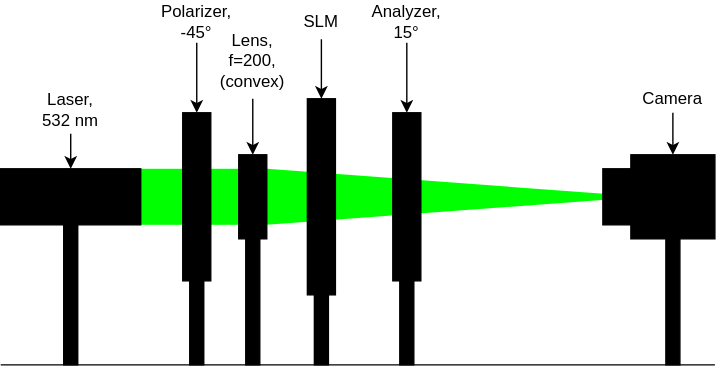
The draw.io diagram documentation/images/setup_2.svg in nbaehler/mask-designer, before a commit. Source tidied: cells renumbered, new cells last; positions are measured from the earlier drawing's top-left corner, leaving out a move shared by most shapes.
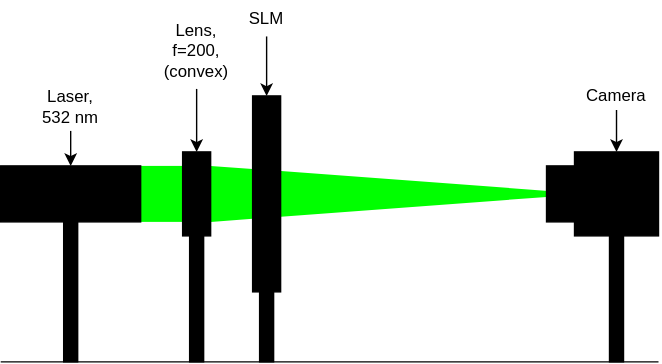
Above is the later version.

The edit, as a diff of the source:
```diff
@@ -2,11 +2,8 @@
   <root>
     <mxCell id="0" />
     <mxCell id="1" parent="0" />
-    <mxCell id="2" style="rounded=0;whiteSpace=wrap;html=1;strokeColor=none;fillColor=#00FF00;" parent="1" vertex="1">
-      <mxGeometry x="150" y="120" width="20" height="40" as="geometry" />
-    </mxCell>
     <mxCell id="3" style="triangle;whiteSpace=wrap;html=1;fillColor=#00FF00;strokeColor=none;" parent="1" vertex="1">
-      <mxGeometry x="190" y="120" width="270" height="40" as="geometry" />
+      <mxGeometry x="150" y="120" width="270" height="40" as="geometry" />
     </mxCell>
     <mxCell id="4" style="rounded=0;whiteSpace=wrap;html=1;strokeColor=none;fillColor=#00FF00;" parent="1" vertex="1">
       <mxGeometry x="100" y="120" width="30" height="40" as="geometry" />
@@ -14,74 +11,50 @@
     <mxCell id="5" style="endArrow=none;html=1;rounded=0;" parent="1" edge="1">
       <mxGeometry relative="1" as="geometry">
         <mxPoint y="260" as="sourcePoint" />
-        <mxPoint x="510" y="260" as="targetPoint" />
+        <mxPoint x="470" y="260" as="targetPoint" />
       </mxGeometry>
     </mxCell>
     <mxCell id="6" style="rounded=0;whiteSpace=wrap;html=1;fillColor=#000000;" parent="1" vertex="1">
       <mxGeometry x="45" y="160" width="10" height="100" as="geometry" />
     </mxCell>
-    <mxCell id="7" style="rounded=0;whiteSpace=wrap;html=1;fillColor=#000000;" parent="1" vertex="1">
-      <mxGeometry x="135" y="200" width="10" height="60" as="geometry" />
-    </mxCell>
-    <mxCell id="8" style="rounded=0;whiteSpace=wrap;html=1;fillColor=#000000;" parent="1" vertex="1">
-      <mxGeometry x="285" y="200" width="10" height="60" as="geometry" />
-    </mxCell>
     <mxCell id="9" style="rounded=0;whiteSpace=wrap;html=1;fillColor=#000000;" parent="1" vertex="1">
-      <mxGeometry x="224" y="210" width="10" height="50" as="geometry" />
+      <mxGeometry x="185" y="210" width="10" height="50" as="geometry" />
     </mxCell>
     <mxCell id="10" style="rounded=0;whiteSpace=wrap;html=1;fillColor=#000000;" parent="1" vertex="1">
-      <mxGeometry x="475" y="170" width="10" height="90" as="geometry" />
+      <mxGeometry x="435" y="170" width="10" height="90" as="geometry" />
     </mxCell>
     <mxCell id="11" style="rounded=0;whiteSpace=wrap;html=1;fillColor=#000000;" parent="1" vertex="1">
-      <mxGeometry x="175" y="170" width="10" height="90" as="geometry" />
+      <mxGeometry x="135" y="170" width="10" height="90" as="geometry" />
     </mxCell>
-    <mxCell id="12" style="edgeStyle=none;html=1;" parent="1" edge="1" source="13" target="22">
-      <mxGeometry relative="1" as="geometry" />
-    </mxCell>
-    <mxCell id="13" value="Polarizer,&lt;br&gt;-45°" style="text;html=1;strokeColor=none;fillColor=none;align=center;verticalAlign=middle;whiteSpace=wrap;rounded=0;" parent="1" vertex="1">
-      <mxGeometry x="108" width="64" height="30" as="geometry" />
-    </mxCell>
     <mxCell id="14" style="edgeStyle=orthogonalEdgeStyle;rounded=0;jettySize=auto;html=1;exitX=0.5;exitY=1;exitDx=0;exitDy=0;entryX=0.5;entryY=0;entryDx=0;entryDy=0;" parent="1" edge="1" source="15" target="28">
       <mxGeometry relative="1" as="geometry" />
     </mxCell>
     <mxCell id="15" value="&lt;div&gt;Laser,&lt;/div&gt;&lt;div&gt;532 nm&lt;/div&gt;" style="text;html=1;strokeColor=none;fillColor=none;align=center;verticalAlign=middle;whiteSpace=wrap;rounded=0;" parent="1" vertex="1">
       <mxGeometry x="20" y="60" width="60" height="35" as="geometry" />
     </mxCell>
-    <mxCell id="16" style="edgeStyle=none;html=1;exitX=0.5;exitY=1;exitDx=0;exitDy=0;entryX=0.5;entryY=0;entryDx=0;entryDy=0;" parent="1" edge="1" source="17" target="24">
+    <mxCell id="16" style="edgeStyle=orthogonalEdgeStyle;rounded=0;jettySize=auto;html=1;exitX=0.5;exitY=1;exitDx=0;exitDy=0;" parent="1" edge="1" source="17" target="24">
       <mxGeometry relative="1" as="geometry" />
     </mxCell>
     <mxCell id="17" value="SLM" style="text;html=1;strokeColor=none;fillColor=none;align=center;verticalAlign=middle;whiteSpace=wrap;rounded=0;" parent="1" vertex="1">
-      <mxGeometry x="199" y="2.5" width="60" height="25" as="geometry" />
+      <mxGeometry x="160" y="2.5" width="60" height="25" as="geometry" />
     </mxCell>
     <mxCell id="18" style="edgeStyle=orthogonalEdgeStyle;rounded=0;jettySize=auto;html=1;exitX=0.5;exitY=1;exitDx=0;exitDy=0;" parent="1" edge="1" source="19" target="25">
       <mxGeometry relative="1" as="geometry" />
     </mxCell>
     <mxCell id="19" value="&lt;div&gt;Lens,&lt;/div&gt;&lt;div&gt;f=200,&lt;br&gt;&lt;/div&gt;&lt;div&gt;(convex)&lt;br&gt;&lt;/div&gt;" style="text;html=1;strokeColor=none;fillColor=none;align=center;verticalAlign=middle;whiteSpace=wrap;rounded=0;" parent="1" vertex="1">
-      <mxGeometry x="150" y="15" width="60" height="55" as="geometry" />
+      <mxGeometry x="110" y="10" width="60" height="55" as="geometry" />
     </mxCell>
-    <mxCell id="20" style="edgeStyle=none;html=1;" parent="1" edge="1" source="21" target="23">
-      <mxGeometry relative="1" as="geometry" />
-    </mxCell>
-    <mxCell id="21" value="Analyzer,&lt;br&gt;15°" style="text;html=1;strokeColor=none;fillColor=none;align=center;verticalAlign=middle;whiteSpace=wrap;rounded=0;" parent="1" vertex="1">
-      <mxGeometry x="258" width="64" height="30" as="geometry" />
-    </mxCell>
-    <mxCell id="22" style="rounded=0;whiteSpace=wrap;html=1;fillColor=#000000;" parent="1" vertex="1">
-      <mxGeometry x="130" y="80" width="20" height="120" as="geometry" />
-    </mxCell>
-    <mxCell id="23" style="rounded=0;whiteSpace=wrap;html=1;fillColor=#000000;" parent="1" vertex="1">
-      <mxGeometry x="280" y="80" width="20" height="120" as="geometry" />
-    </mxCell>
     <mxCell id="24" style="rounded=0;whiteSpace=wrap;html=1;fillColor=#000000;" parent="1" vertex="1">
-      <mxGeometry x="219" y="70" width="20" height="140" as="geometry" />
+      <mxGeometry x="180" y="70" width="20" height="140" as="geometry" />
     </mxCell>
     <mxCell id="25" style="rounded=0;whiteSpace=wrap;html=1;fillColor=#000000;" parent="1" vertex="1">
-      <mxGeometry x="170" y="110" width="20" height="60" as="geometry" />
+      <mxGeometry x="130" y="110" width="20" height="60" as="geometry" />
     </mxCell>
     <mxCell id="26" style="rounded=0;whiteSpace=wrap;html=1;fillColor=#000000;" parent="1" vertex="1">
-      <mxGeometry x="430" y="120" width="20" height="40" as="geometry" />
+      <mxGeometry x="390" y="120" width="20" height="40" as="geometry" />
     </mxCell>
     <mxCell id="27" style="rounded=0;whiteSpace=wrap;html=1;fillColor=#000000;" parent="1" vertex="1">
-      <mxGeometry x="450" y="110" width="60" height="60" as="geometry" />
+      <mxGeometry x="410" y="110" width="60" height="60" as="geometry" />
     </mxCell>
     <mxCell id="28" style="rounded=0;whiteSpace=wrap;html=1;fillColor=#000000;" parent="1" vertex="1">
       <mxGeometry y="120" width="100" height="40" as="geometry" />
@@ -90,7 +63,7 @@
       <mxGeometry relative="1" as="geometry" />
     </mxCell>
     <mxCell id="30" value="Camera" style="text;html=1;strokeColor=none;fillColor=none;align=center;verticalAlign=middle;whiteSpace=wrap;rounded=0;" parent="1" vertex="1">
-      <mxGeometry x="450" y="60" width="60" height="20" as="geometry" />
+      <mxGeometry x="410" y="60" width="60" height="20" as="geometry" />
     </mxCell>
   </root>
 </mxGraphModel>
```
